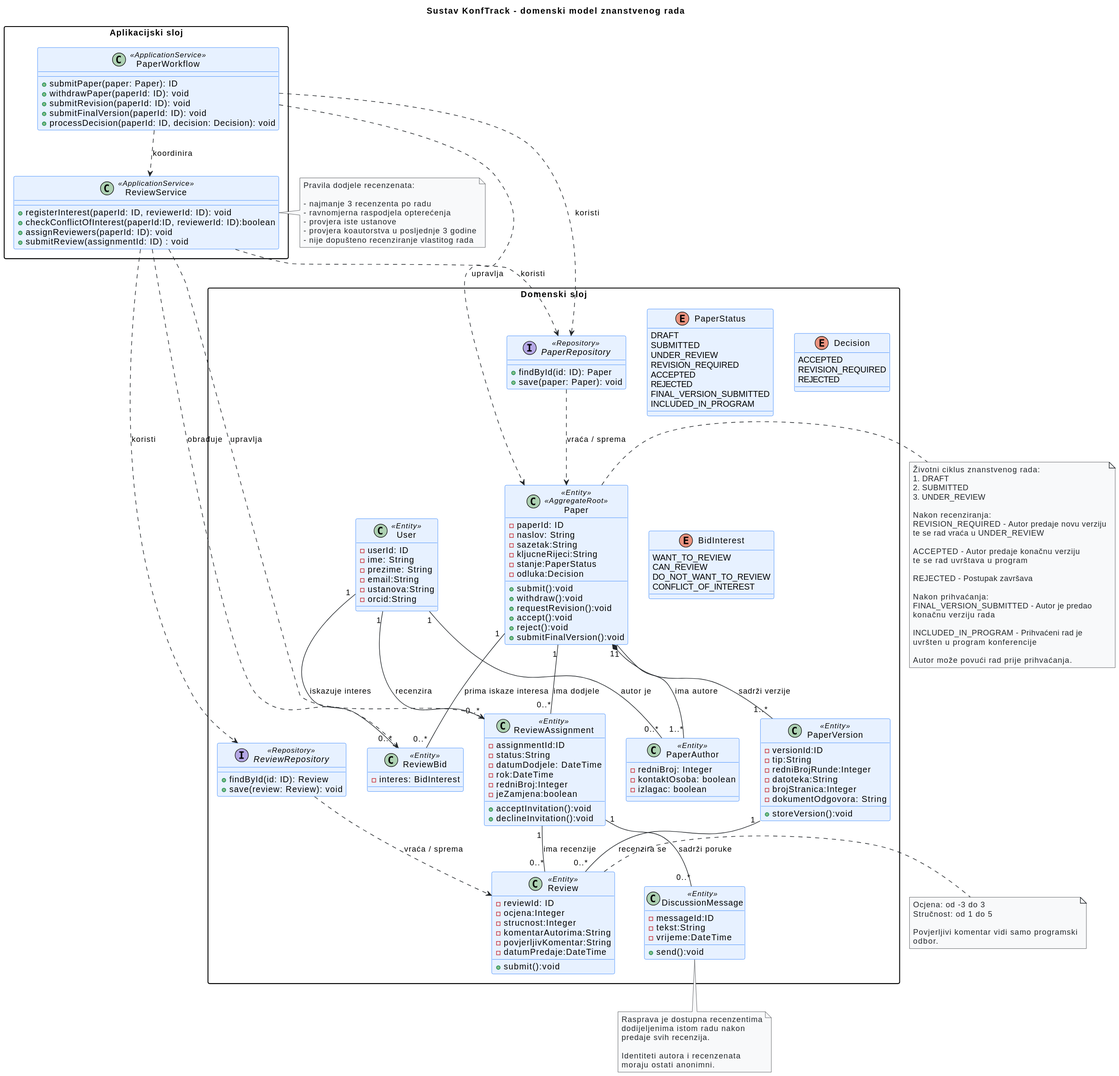
Before: docs/assets/diagrams/4-3-konftrack-domain-CD.svg, a diagram exported from PlantUML (MatejCuric/KonfTrack-Grupa-12.1).
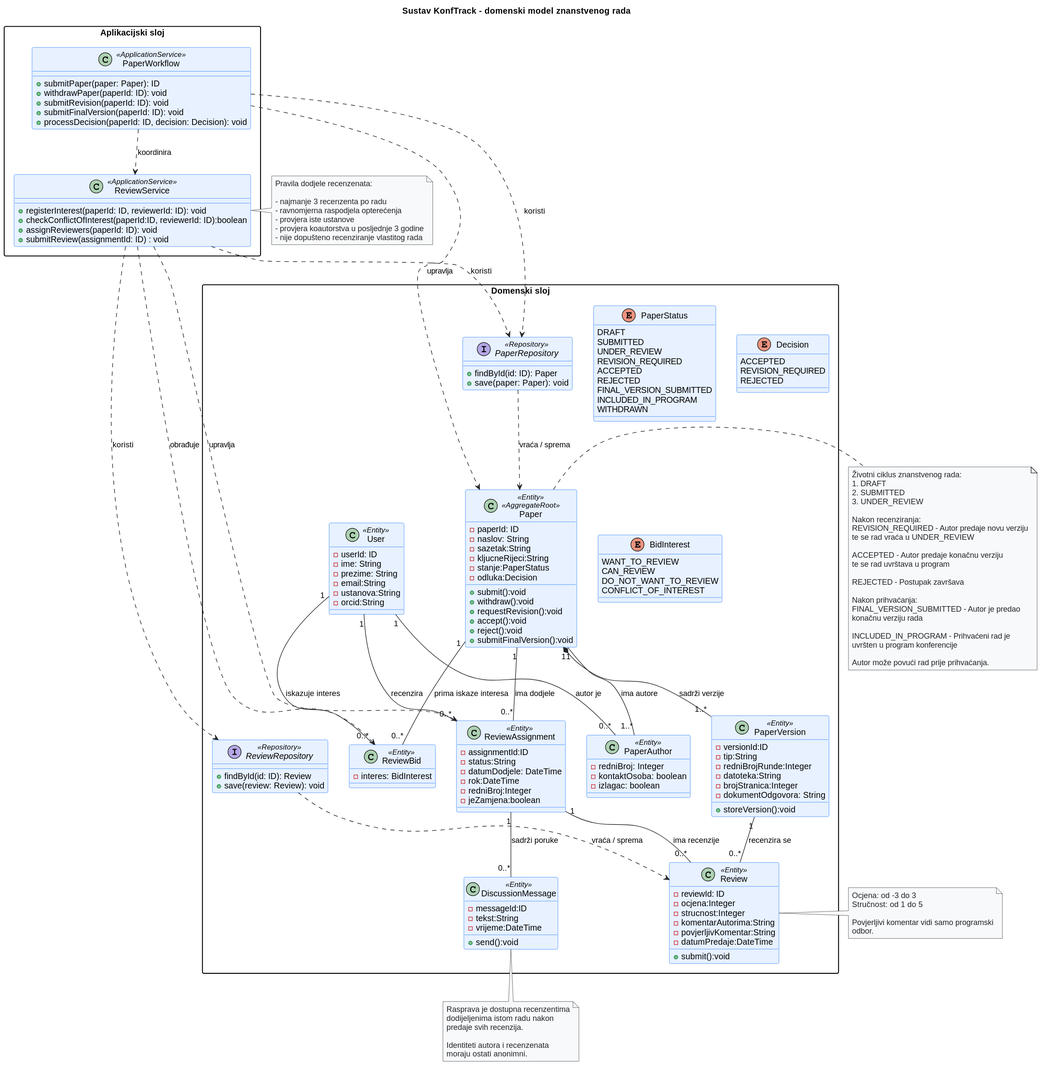
Above is the later version.

Commit message:
Ažurirana dokumentacija 4.3.: ER dijagram i dijagram razreda

Diff of the diagram source:
```diff
@@ -90,8 +90,6 @@
     -rok:DateTime
     -redniBroj:Integer
     -jeZamjena:boolean
-    +acceptInvitation():void
-    +declineInvitation():void
   }
 
   class Review <<Entity>>{
@@ -120,6 +118,7 @@
     REJECTED
     FINAL_VERSION_SUBMITTED
     INCLUDED_IN_PROGRAM
+    WITHDRAWN
   }
 
   enum Decision {
```
